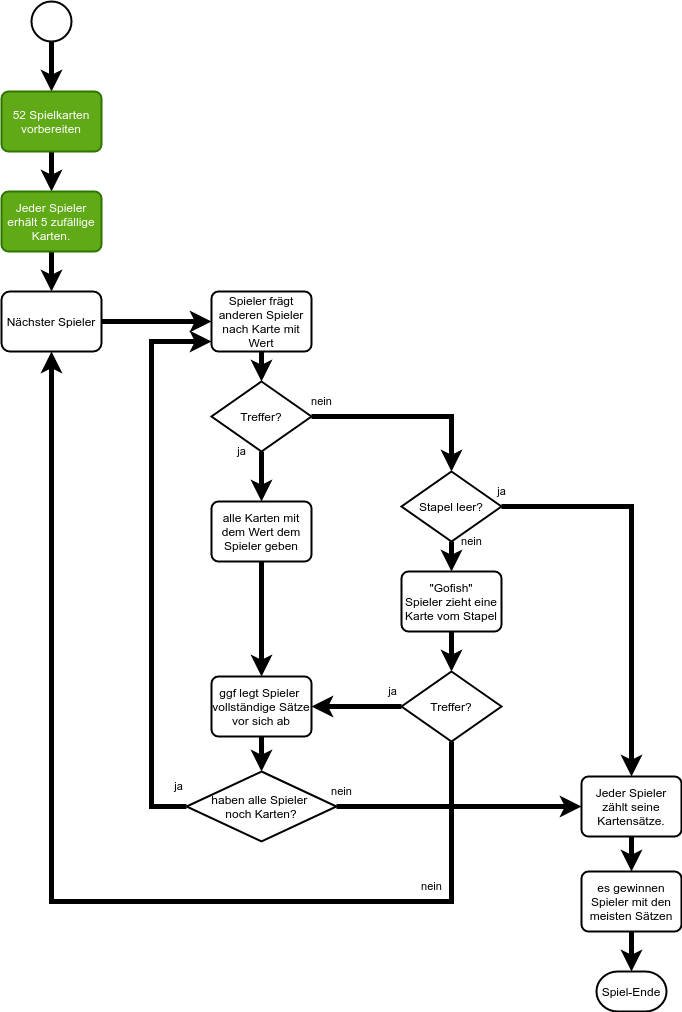
Above: documentation/spielstart.drawio.png in maju84/gofish-core (draw.io), before the change. Source tidied: cells renumbered, new cells last; positions are measured from the earlier drawing's top-left corner, leaving out a move shared by most shapes.
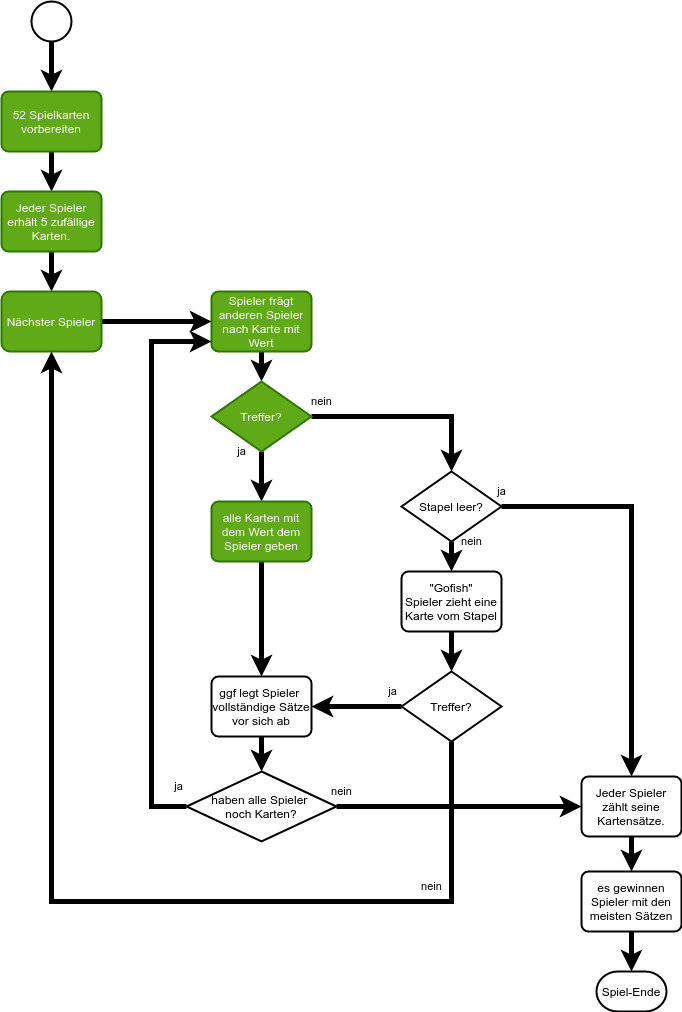
The same diagram one commit later.

Commit message:
Spieler fragt Gegenspieler nach Karte. Er gibt diese dem Spieler.

The edit, as a diff of the source:
```diff
@@ -23,7 +23,7 @@
     <mxCell id="8" style="edgeStyle=orthogonalEdgeStyle;rounded=0;jettySize=auto;html=1;strokeWidth=5;" parent="1" edge="1" source="9" target="12">
       <mxGeometry relative="1" as="geometry" />
     </mxCell>
-    <mxCell id="9" value="Spieler frägt&lt;br&gt;anderen Spieler&lt;br&gt;nach Karte mit Wert" style="rounded=1;whiteSpace=wrap;html=1;absoluteArcSize=1;arcSize=14;strokeWidth=2;" parent="1" vertex="1">
+    <mxCell id="9" value="Spieler frägt&lt;br&gt;anderen Spieler&lt;br&gt;nach Karte mit Wert" style="rounded=1;whiteSpace=wrap;html=1;absoluteArcSize=1;arcSize=14;strokeWidth=2;fillColor=#60a917;strokeColor=#2D7600;fontColor=#ffffff;" parent="1" vertex="1">
       <mxGeometry x="210" y="290" width="100" height="60" as="geometry" />
     </mxCell>
     <mxCell id="10" value="ja" style="edgeStyle=orthogonalEdgeStyle;rounded=0;jettySize=auto;html=1;strokeWidth=5;" parent="1" edge="1" source="12" target="14">
@@ -37,7 +37,7 @@
     <mxCell id="11" value="nein" style="edgeStyle=orthogonalEdgeStyle;rounded=0;jettySize=auto;html=1;strokeWidth=5;" parent="1" edge="1" source="12" target="20">
       <mxGeometry x="-0.9" y="15" relative="1" as="geometry" />
     </mxCell>
-    <mxCell id="12" value="Treffer?" style="strokeWidth=2;html=1;shape=mxgraph.flowchart.decision;whiteSpace=wrap;" parent="1" vertex="1">
+    <mxCell id="12" value="Treffer?" style="strokeWidth=2;html=1;shape=mxgraph.flowchart.decision;whiteSpace=wrap;fillColor=#60a917;strokeColor=#2D7600;fontColor=#ffffff;" parent="1" vertex="1">
       <mxGeometry x="210" y="380" width="100" height="70" as="geometry" />
     </mxCell>
     <mxCell id="13" style="edgeStyle=orthogonalEdgeStyle;rounded=0;jettySize=auto;html=1;strokeWidth=5;" parent="1" edge="1" source="14" target="34">
@@ -47,7 +47,7 @@
         </Array>
       </mxGeometry>
     </mxCell>
-    <mxCell id="14" value="alle Karten mit dem Wert dem Spieler geben" style="rounded=1;whiteSpace=wrap;html=1;absoluteArcSize=1;arcSize=14;strokeWidth=2;" parent="1" vertex="1">
+    <mxCell id="14" value="alle Karten mit dem Wert dem Spieler geben" style="rounded=1;whiteSpace=wrap;html=1;absoluteArcSize=1;arcSize=14;strokeWidth=2;fillColor=#60a917;strokeColor=#2D7600;fontColor=#ffffff;" parent="1" vertex="1">
       <mxGeometry x="210" y="500" width="100" height="60" as="geometry" />
     </mxCell>
     <mxCell id="15" style="edgeStyle=orthogonalEdgeStyle;rounded=0;jettySize=auto;html=1;strokeWidth=5;" parent="1" edge="1" source="17" target="32">
@@ -96,7 +96,7 @@
     <mxCell id="26" style="edgeStyle=orthogonalEdgeStyle;rounded=0;jettySize=auto;html=1;strokeWidth=5;" parent="1" edge="1" source="27" target="9">
       <mxGeometry relative="1" as="geometry" />
     </mxCell>
-    <mxCell id="27" value="Nächster Spieler" style="whiteSpace=wrap;html=1;rounded=1;strokeWidth=2;arcSize=14;" parent="1" vertex="1">
+    <mxCell id="27" value="Nächster Spieler" style="whiteSpace=wrap;html=1;rounded=1;strokeWidth=2;arcSize=14;fillColor=#60a917;strokeColor=#2D7600;fontColor=#ffffff;" parent="1" vertex="1">
       <mxGeometry y="290" width="100" height="60" as="geometry" />
     </mxCell>
     <mxCell id="28" value="nein" style="edgeStyle=orthogonalEdgeStyle;rounded=0;jettySize=auto;html=1;strokeWidth=5;" parent="1" edge="1" source="29" target="22">
```
